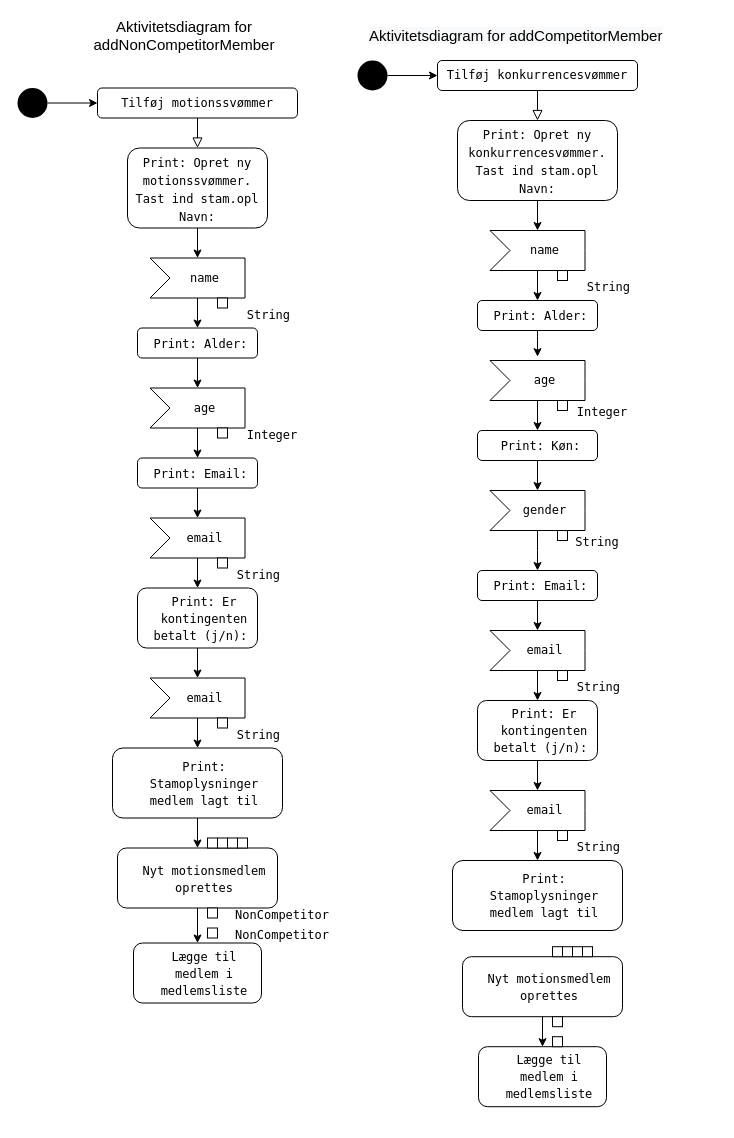
Before: docs/Aktivitetsdiagram_addMember.drawio in norskemarcus/Delfinen, a draw.io diagram. Source tidied: cells renumbered, new cells numbered last; positions are measured from the earlier drawing's top-left corner, leaving out a move shared by most shapes. Both pictures are drawn from the tidied source at 100%, with x=0, y=0 at pixel (17, 20).
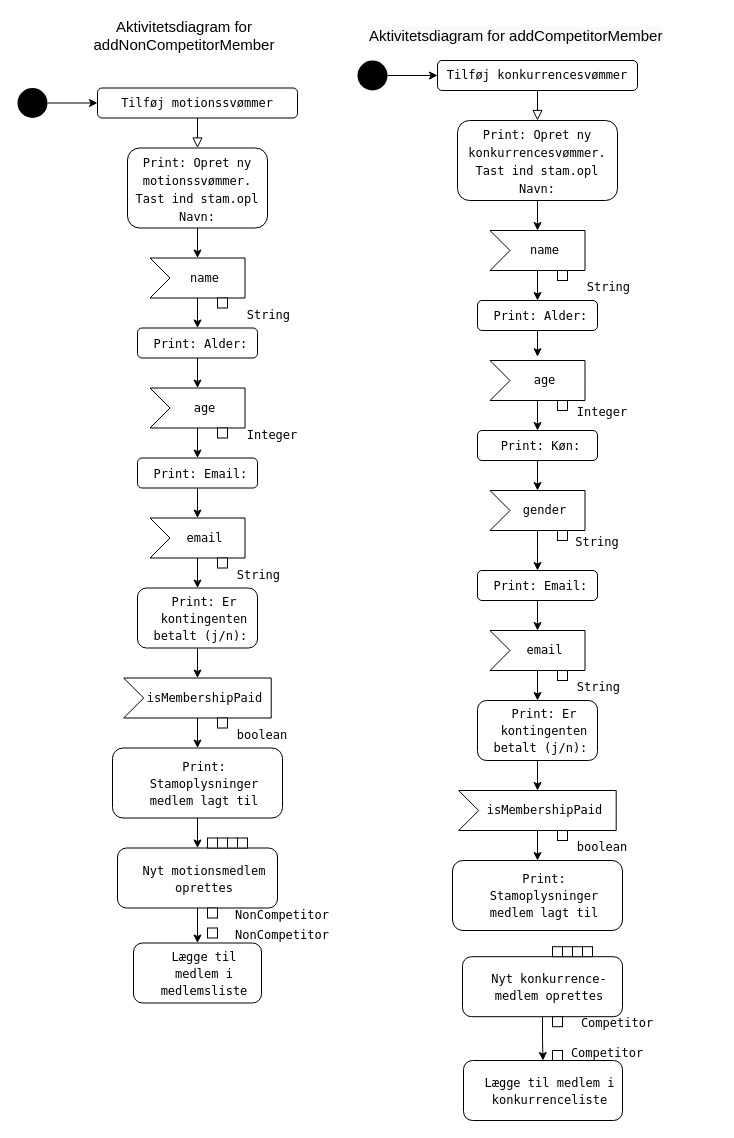
The same page after the edit.

Diff of the diagram source:
```diff
@@
-    <mxCell id="28" value="&lt;div style=&quot;font-size: 12px; background-color: rgb(255, 255, 255);&quot;&gt;email&lt;/div&gt;" style="html=1;shape=mxgraph.infographic.ribbonSimple;notch1=20;notch2=0;align=center;verticalAlign=middle;fontSize=14;fontStyle=0;fillColor=#FFFFFF;flipH=0;spacingRight=0;spacingLeft=14;shadow=0;fontFamily=Lucida Console;" parent="1" vertex="1">
-      <mxGeometry x="132.5" y="657.5" width="95" height="40" as="geometry" />
+    <mxCell id="28" value="&lt;div style=&quot;font-size: 12px ; background-color: rgb(255 , 255 , 255)&quot;&gt;isMembershipPaid&lt;br&gt;&lt;/div&gt;" style="html=1;shape=mxgraph.infographic.ribbonSimple;notch1=20;notch2=0;align=center;verticalAlign=middle;fontSize=14;fontStyle=0;fillColor=#FFFFFF;flipH=0;spacingRight=0;spacingLeft=14;shadow=0;fontFamily=Lucida Console;" parent="1" vertex="1">
+      <mxGeometry x="106.2" y="657.5" width="147.5" height="40" as="geometry" />
     </mxCell>
@@
-    <mxCell id="30" value="&lt;font style=&quot;font-size: 12px&quot;&gt;String&amp;nbsp;&lt;/font&gt;" style="text;html=1;strokeColor=none;fillColor=none;align=center;verticalAlign=middle;whiteSpace=wrap;rounded=0;fontSize=15;fontFamily=Lucida Console;" parent="1" vertex="1">
+    <mxCell id="30" value="&lt;font style=&quot;font-size: 12px&quot;&gt;boolean&lt;/font&gt;" style="text;html=1;strokeColor=none;fillColor=none;align=center;verticalAlign=middle;whiteSpace=wrap;rounded=0;fontSize=15;fontFamily=Lucida Console;" parent="1" vertex="1">
       <mxGeometry x="210" y="697.5" width="70" height="30" as="geometry" />
     </mxCell>
@@
-    <mxCell id="59" value="&lt;div style=&quot;font-size: 12px; background-color: rgb(255, 255, 255);&quot;&gt;email&lt;/div&gt;" style="html=1;shape=mxgraph.infographic.ribbonSimple;notch1=20;notch2=0;align=center;verticalAlign=middle;fontSize=14;fontStyle=0;fillColor=#FFFFFF;flipH=0;spacingRight=0;spacingLeft=14;shadow=0;fontFamily=Lucida Console;" parent="1" vertex="1">
-      <mxGeometry x="472.5" y="770" width="95" height="40" as="geometry" />
+    <mxCell id="59" value="&lt;div style=&quot;font-size: 12px ; background-color: rgb(255 , 255 , 255)&quot;&gt;isMembershipPaid&lt;/div&gt;" style="html=1;shape=mxgraph.infographic.ribbonSimple;notch1=20;notch2=0;align=center;verticalAlign=middle;fontSize=14;fontStyle=0;fillColor=#FFFFFF;flipH=0;spacingRight=0;spacingLeft=14;shadow=0;fontFamily=Lucida Console;" parent="1" vertex="1">
+      <mxGeometry x="441.2" y="770" width="157.5" height="40" as="geometry" />
     </mxCell>
@@
-    <mxCell id="61" value="&lt;font style=&quot;font-size: 12px&quot;&gt;String&amp;nbsp;&lt;/font&gt;" style="text;html=1;strokeColor=none;fillColor=none;align=center;verticalAlign=middle;whiteSpace=wrap;rounded=0;fontSize=15;fontFamily=Lucida Console;" parent="1" vertex="1">
+    <mxCell id="61" value="&lt;font style=&quot;font-size: 12px&quot;&gt;boolean&lt;/font&gt;" style="text;html=1;strokeColor=none;fillColor=none;align=center;verticalAlign=middle;whiteSpace=wrap;rounded=0;fontSize=15;fontFamily=Lucida Console;" parent="1" vertex="1">
       <mxGeometry x="550" y="810" width="70" height="30" as="geometry" />
     </mxCell>
@@
-    <mxCell id="81" value="&lt;font style=&quot;font-size: 12px&quot;&gt;Nyt motionsmedlem oprettes&lt;/font&gt;" style="rounded=1;whiteSpace=wrap;html=1;fontSize=14;fontFamily=Lucida Console;fillColor=#FFFFFF;fontStyle=0;spacingRight=0;spacingLeft=14;shadow=0;" parent="1" vertex="1">
+    <mxCell id="81" value="&lt;font style=&quot;font-size: 12px&quot;&gt;Nyt konkurrence- medlem oprettes&lt;/font&gt;" style="rounded=1;whiteSpace=wrap;html=1;fontSize=14;fontFamily=Lucida Console;fillColor=#FFFFFF;fontStyle=0;spacingRight=0;spacingLeft=14;shadow=0;" parent="1" vertex="1">
       <mxGeometry x="445" y="936.2" width="160" height="60" as="geometry" />
     </mxCell>
@@
-    <mxCell id="86" value="&lt;font style=&quot;font-size: 12px&quot;&gt;Lægge til medlem i medlemsliste&lt;/font&gt;" style="rounded=1;whiteSpace=wrap;html=1;fontSize=14;fontFamily=Lucida Console;fillColor=#FFFFFF;fontStyle=0;spacingRight=0;spacingLeft=14;shadow=0;" parent="1" vertex="1">
-      <mxGeometry x="461" y="1026.2" width="128" height="60" as="geometry" />
+    <mxCell id="86" value="&lt;font style=&quot;font-size: 12px&quot;&gt;Lægge til medlem i konkurrenceliste&lt;/font&gt;" style="rounded=1;whiteSpace=wrap;html=1;fontSize=14;fontFamily=Lucida Console;fillColor=#FFFFFF;fontStyle=0;spacingRight=0;spacingLeft=14;shadow=0;" parent="1" vertex="1">
+      <mxGeometry x="446" y="1040" width="159" height="60" as="geometry" />
     </mxCell>
@@
     <mxCell id="88" style="rounded=0;whiteSpace=wrap;html=1;fontSize=15;fontFamily=Lucida Console;" parent="1" vertex="1">
-      <mxGeometry x="535" y="1016.2" width="10" height="10" as="geometry" />
+      <mxGeometry x="535" y="1030" width="10" height="10" as="geometry" />
     </mxCell>
+    <mxCell id="89" value="&lt;span style=&quot;font-size: 12px&quot;&gt;Competitor&lt;/span&gt;" style="text;html=1;strokeColor=none;fillColor=none;align=center;verticalAlign=middle;whiteSpace=wrap;rounded=0;fontSize=15;fontFamily=Lucida Console;" parent="1" vertex="1">
+      <mxGeometry x="545" y="986.2" width="110" height="30" as="geometry" />
+    </mxCell>
+    <mxCell id="90" value="&lt;span style=&quot;font-size: 12px&quot;&gt;Competitor&lt;/span&gt;" style="text;html=1;strokeColor=none;fillColor=none;align=center;verticalAlign=middle;whiteSpace=wrap;rounded=0;fontSize=15;fontFamily=Lucida Console;" parent="1" vertex="1">
+      <mxGeometry x="535" y="1016.2" width="110" height="30" as="geometry" />
+    </mxCell>
```
